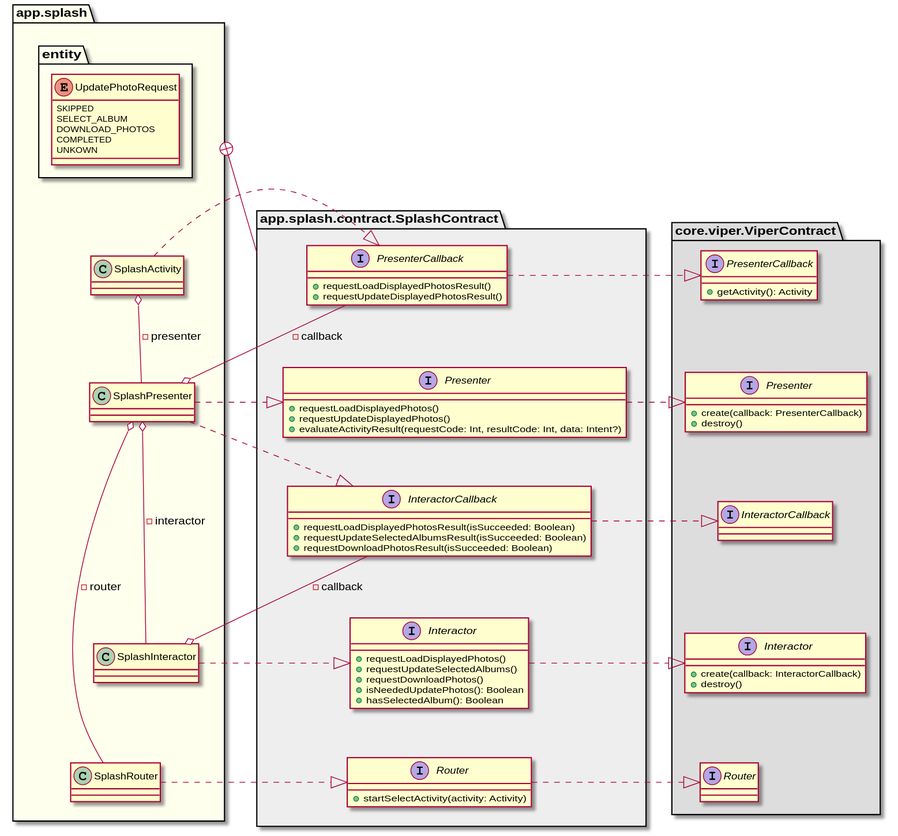
The PlantUML diagram uml/main/class_diagram_main_viper.svg in sallyluenoa/PhotoSlideShow, before a commit.
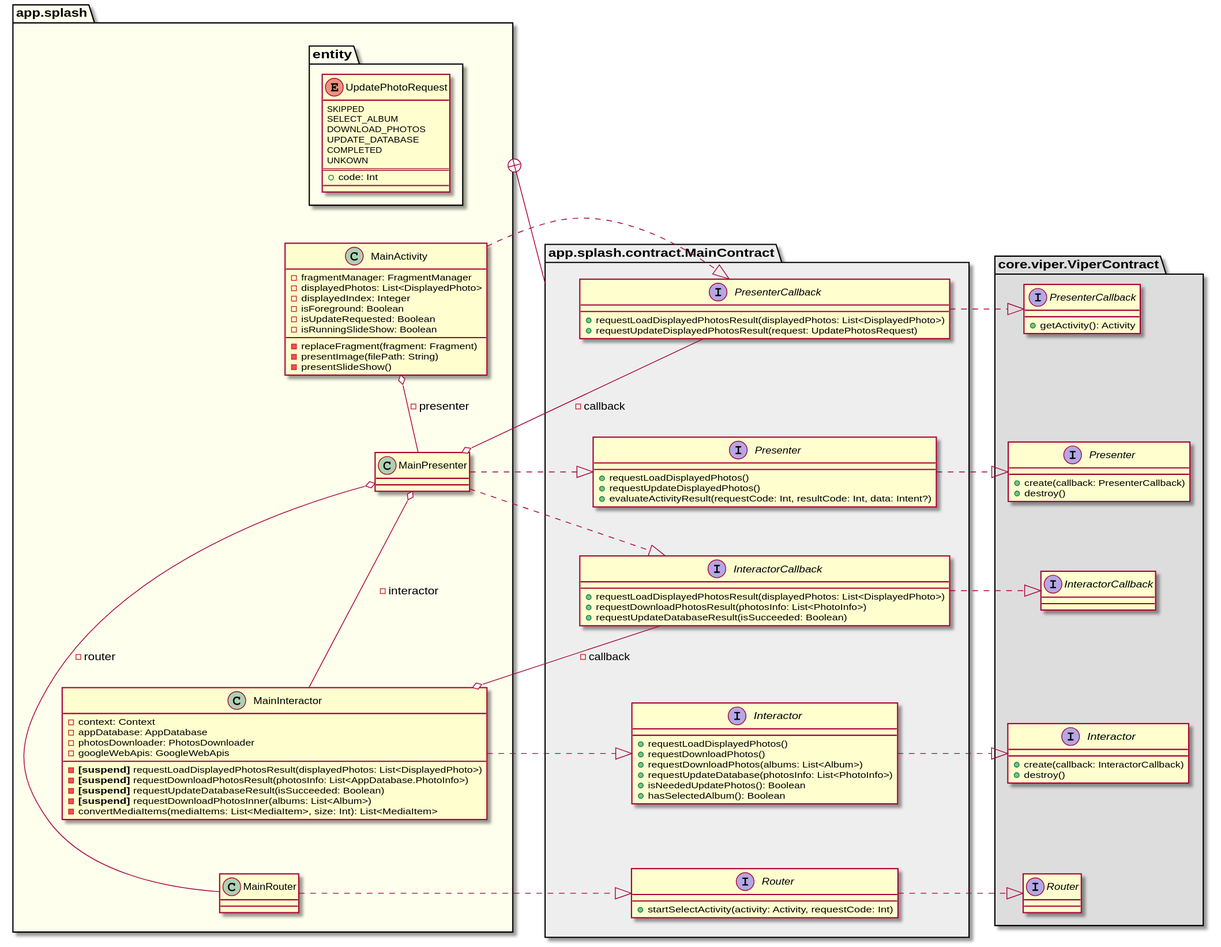
Later version of the same file.

Diff of the diagram source:
```diff
@@ -1,59 +1,89 @@
 @startuml
 namespace app.splash #FFFFEE {
-  SplashActivity o-- SplashPresenter: -presenter
-  SplashPresenter o--- SplashInteractor: -interactor
-  SplashPresenter o---- SplashRouter: -router
-
-  SplashPresenter .|> app.splash.contract.SplashContract.Presenter
-  SplashInteractor .|> app.splash.contract.SplashContract.Interactor
-  SplashRouter .|> app.splash.contract.SplashContract.Router
-
-  SplashActivity ..|> app.splash.contract.SplashContract.PresenterCallback
-  SplashPresenter o-- app.splash.contract.SplashContract.PresenterCallback: -callback
-  SplashPresenter ..|> app.splash.contract.SplashContract.InteractorCallback
-  SplashInteractor o-- app.splash.contract.SplashContract.InteractorCallback: -callback
-
-  app.splash.contract.SplashContract.Presenter -[hidden]> SplashPresenter
-  app.splash.contract.SplashContract.Interactor -[hidden]> SplashInteractor
-  app.splash.contract.SplashContract.Router -[hidden]> SplashRouter
-
   namespace entity {
     enum UpdatePhotoRequest {
       SKIPPED
       SELECT_ALBUM
       DOWNLOAD_PHOTOS
+      UPDATE_DATABASE
       COMPLETED
       UNKOWN
+      ==
+      + code: Int
+      __
     }
 
-    UpdatePhotoRequest -[hidden]-> app.splash.SplashActivity
+    UpdatePhotoRequest -[hidden]-> app.splash.MainActivity
   }
+
+  class MainActivity {
+    - fragmentManager: FragmentManager
+    - displayedPhotos: List<DisplayedPhoto>
+    - displayedIndex: Integer
+    - isForeground: Boolean
+    - isUpdateRequested: Boolean
+    - isRunningSlideShow: Boolean
+    - replaceFragment(fragment: Fragment)
+    - presentImage(filePath: String)
+    - presentSlideShow()
+  }
+  class MainPresenter
+  class MainInteractor {
+    - context: Context
+    - appDatabase: AppDatabase
+    - photosDownloader: PhotosDownloader
+    - googleWebApis: GoogleWebApis
+    - <b>[suspend]</b> requestLoadDisplayedPhotosResult(displayedPhotos: List<DisplayedPhoto>)
+    - <b>[suspend]</b> requestDownloadPhotosResult(photosInfo: List<AppDatabase.PhotoInfo>)
+    - <b>[suspend]</b> requestUpdateDatabaseResult(isSucceeded: Boolean)
+    - <b>[suspend]</b> requestDownloadPhotosInner(albums: List<Album>)
+    - convertMediaItems(mediaItems: List<MediaItem>, size: Int): List<MediaItem>
+  }
+  class MainRouter
+
+  MainActivity o-- MainPresenter: - presenter
+  MainPresenter o--- MainInteractor: - interactor
+  MainPresenter o---- MainRouter: - router
+
+  MainPresenter .|> app.splash.contract.MainContract.Presenter
+  MainInteractor .|> app.splash.contract.MainContract.Interactor
+  MainRouter .|> app.splash.contract.MainContract.Router
+
+  MainActivity ..|> app.splash.contract.MainContract.PresenterCallback
+  MainPresenter o-- app.splash.contract.MainContract.PresenterCallback: - callback
+  MainPresenter ..|> app.splash.contract.MainContract.InteractorCallback
+  MainInteractor o-- app.splash.contract.MainContract.InteractorCallback: - callback
+
+  app.splash.contract.MainContract.Presenter -[hidden]> MainPresenter
+  app.splash.contract.MainContract.Interactor -[hidden]> MainInteractor
+  app.splash.contract.MainContract.Router -[hidden]> MainRouter
 }
 
-namespace app.splash.contract.SplashContract #EEEEEE {
+namespace app.splash.contract.MainContract #EEEEEE {
   interface Presenter {
     + requestLoadDisplayedPhotos()
     + requestUpdateDisplayedPhotos()
     + evaluateActivityResult(requestCode: Int, resultCode: Int, data: Intent?)
   }
   interface PresenterCallback {
-    + requestLoadDisplayedPhotosResult()
-    + requestUpdateDisplayedPhotosResult()
+    + requestLoadDisplayedPhotosResult(displayedPhotos: List<DisplayedPhoto>)
+    + requestUpdateDisplayedPhotosResult(request: UpdatePhotosRequest)
   }
   interface Interactor {
     + requestLoadDisplayedPhotos()
-    + requestUpdateSelectedAlbums()
     + requestDownloadPhotos()
+    + requestDownloadPhotos(albums: List<Album>)
+    + requestUpdateDatabase(photosInfo: List<PhotoInfo>)
     + isNeededUpdatePhotos(): Boolean
     + hasSelectedAlbum(): Boolean
   }
   interface InteractorCallback {
-    + requestLoadDisplayedPhotosResult(isSucceeded: Boolean)
-    + requestUpdateSelectedAlbumsResult(isSucceeded: Boolean)
-    + requestDownloadPhotosResult(isSucceeded: Boolean)
+    + requestLoadDisplayedPhotosResult(displayedPhotos: List<DisplayedPhoto>)
+    + requestDownloadPhotosResult(photosInfo: List<PhotoInfo>)
+    + requestUpdateDatabaseResult(isSucceeded: Boolean)
   }
   interface Router {
-    + startSelectActivity(activity: Activity)
+    + startSelectActivity(activity: Activity, requestCode: Int)
   }
 
   PresenterCallback -[hidden]-> Presenter
@@ -68,7 +98,7 @@
   Router .|> core.viper.ViperContract.Router
 }
 
-app.splash +-- app.splash.contract.SplashContract
+app.splash +-- app.splash.contract.MainContract
 
 namespace core.viper.ViperContract #DDDDDD {
   interface Presenter {
```
